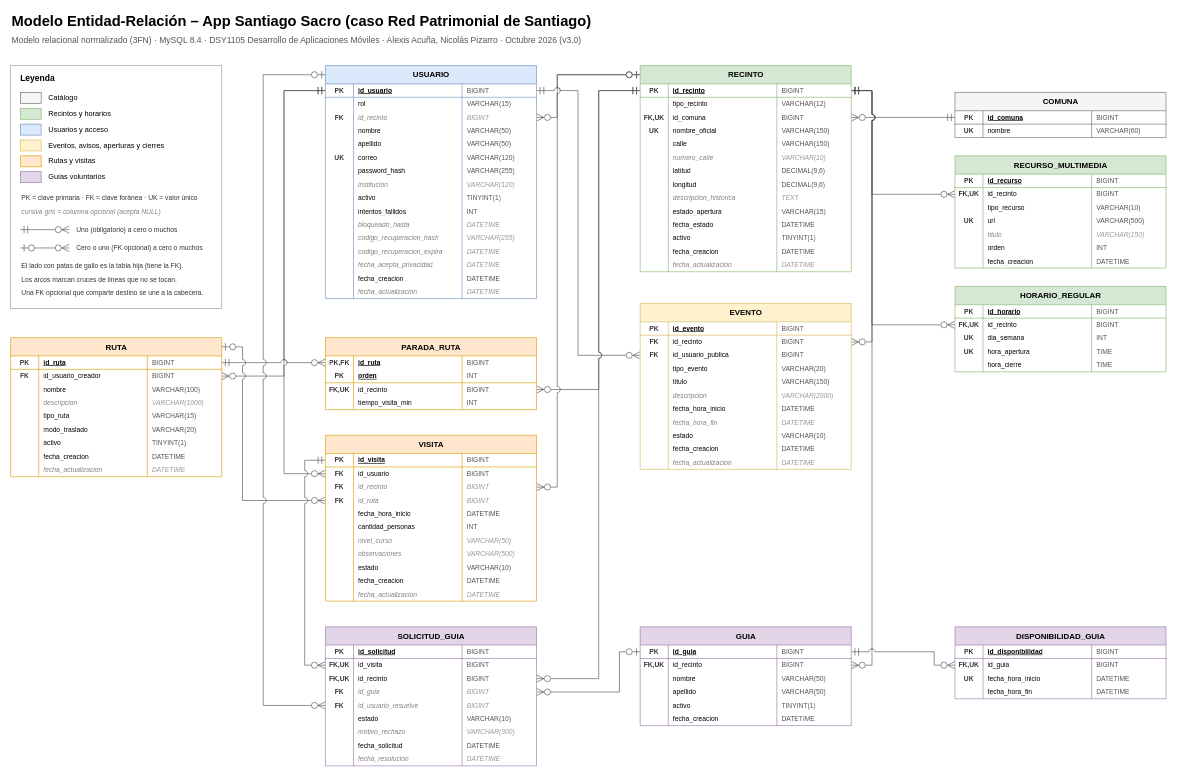
Above: docs/modelo_er_red_patrimonial.drawio in nicopizarro93/proyecto-arzobispado (draw.io), before the change. Source tidied: cells renumbered, new cells numbered last; positions are measured from the earlier drawing's top-left corner, leaving out a move shared by most shapes. Both pictures are drawn from the tidied source at 61%, with x=0, y=0 at pixel (10, 10).
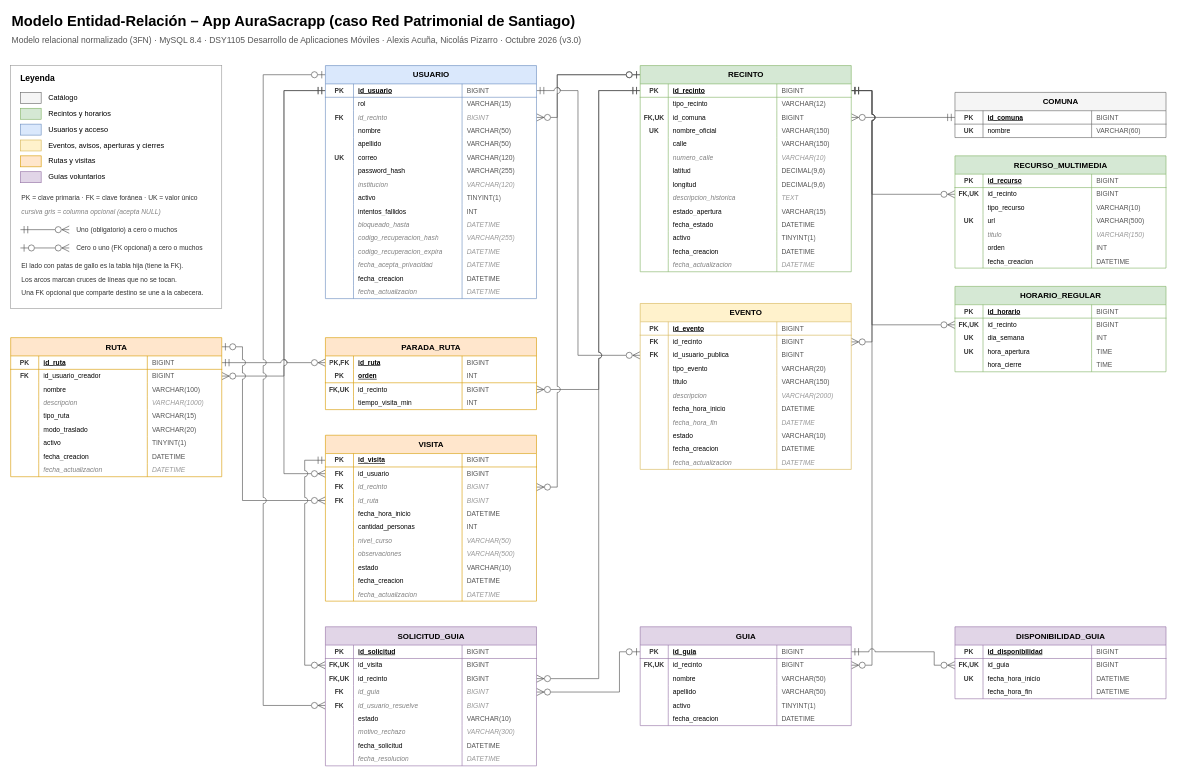
The same diagram, later.

The edit, as a diff of the source:
```diff
@@
-    <mxCell id="2" value="Modelo Entidad-Relación – App Santiago Sacro (caso Red Patrimonial de Santiago)" style="text;html=1;fontSize=24;fontStyle=1;align=left;verticalAlign=middle;fontFamily=Helvetica;" parent="1" vertex="1">
+    <mxCell id="2" value="Modelo Entidad-Relación – App AuraSacrapp (caso Red Patrimonial de Santiago)" style="text;html=1;fontSize=24;fontStyle=1;align=left;verticalAlign=middle;fontFamily=Helvetica;" parent="1" vertex="1">
       <mxGeometry width="1400" height="36" as="geometry" />
     </mxCell>
```
